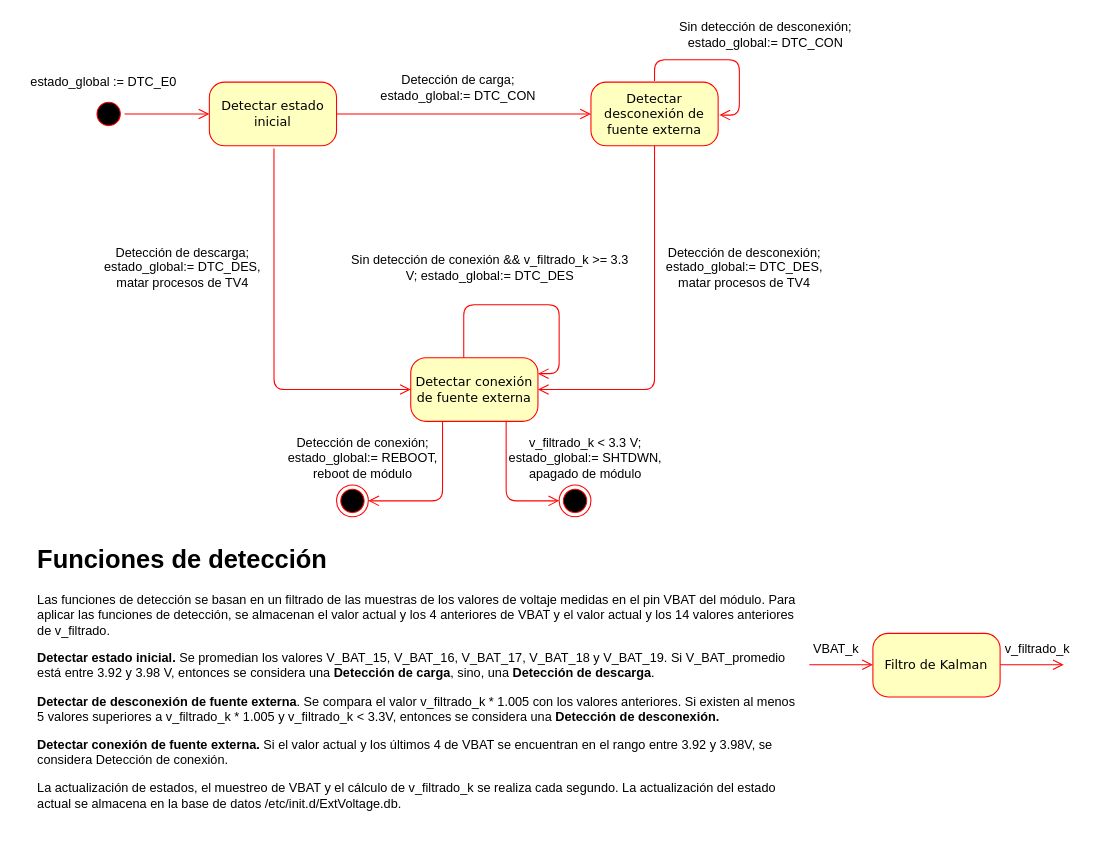
Above: TurnOffModule.drawio in CesarRodriguez14/Tag_Vehiculo_4_0_Diagramas (draw.io), before the change. Source tidied: cells renumbered, new cells numbered last; positions are measured from the earlier drawing's top-left corner, leaving out a move shared by most shapes. Both pictures are drawn from the tidied source at 106%, with x=0, y=0 at pixel (18, 18).
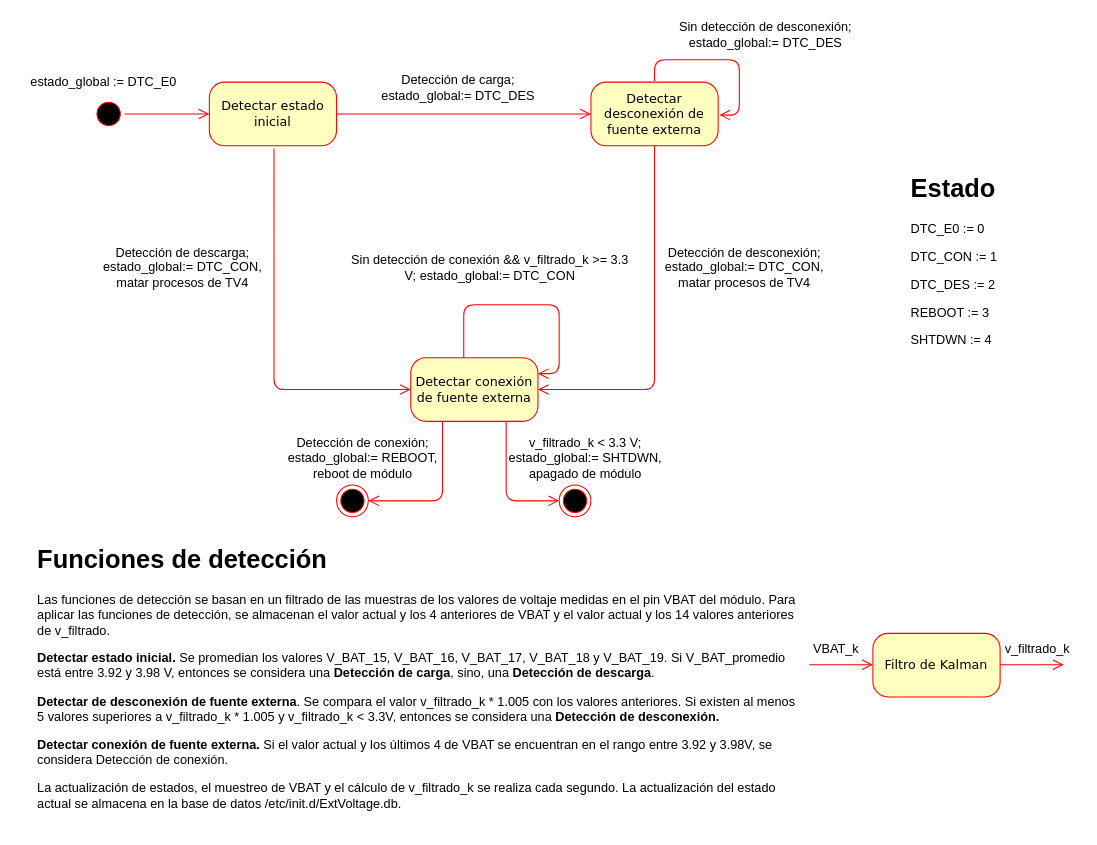
The same page after the edit.

What changed in the source:
```diff
@@
-    <mxCell id="11" value="Detección de carga; estado_global:= DTC_CON" style="text;html=1;align=center;verticalAlign=middle;whiteSpace=wrap;rounded=0;" parent="1" vertex="1">
+    <mxCell id="11" value="Detección de carga; estado_global:= DTC_DES" style="text;html=1;align=center;verticalAlign=middle;whiteSpace=wrap;rounded=0;" parent="1" vertex="1">
       <mxGeometry x="330" y="50" width="170" height="30" as="geometry" />
     </mxCell>
-    <mxCell id="12" value="Sin detección de desconexión; estado_global:= DTC_CON" style="text;html=1;align=center;verticalAlign=middle;whiteSpace=wrap;rounded=0;" parent="1" vertex="1">
+    <mxCell id="12" value="Sin detección de desconexión; estado_global:= DTC_DES" style="text;html=1;align=center;verticalAlign=middle;whiteSpace=wrap;rounded=0;" parent="1" vertex="1">
       <mxGeometry x="620" width="170" height="30" as="geometry" />
     </mxCell>
@@
-    <mxCell id="14" value="Detección de descarga; estado_global:= DTC_DES,&lt;div&gt;matar procesos de TV4&lt;/div&gt;" style="text;html=1;align=center;verticalAlign=middle;whiteSpace=wrap;rounded=0;" parent="1" vertex="1">
+    <mxCell id="14" value="Detección de descarga; estado_global:= DTC_CON,&lt;div&gt;matar procesos de TV4&lt;/div&gt;" style="text;html=1;align=center;verticalAlign=middle;whiteSpace=wrap;rounded=0;" parent="1" vertex="1">
       <mxGeometry x="70" y="210" width="170" height="50" as="geometry" />
     </mxCell>
@@
-    <mxCell id="16" value="Detección de desconexión; estado_global:= DTC_DES,&lt;div&gt;matar procesos de TV4&lt;/div&gt;" style="text;html=1;align=center;verticalAlign=middle;whiteSpace=wrap;rounded=0;" parent="1" vertex="1">
+    <mxCell id="16" value="Detección de desconexión; estado_global:= DTC_CON,&lt;div&gt;matar procesos de TV4&lt;/div&gt;" style="text;html=1;align=center;verticalAlign=middle;whiteSpace=wrap;rounded=0;" parent="1" vertex="1">
       <mxGeometry x="600" y="210" width="170" height="50" as="geometry" />
     </mxCell>
@@
-    <mxCell id="18" value="Sin detección de conexión &amp;amp;&amp;amp; v_filtrado_k &amp;gt;= 3.3 V; estado_global:= DTC_DES" style="text;html=1;align=center;verticalAlign=middle;whiteSpace=wrap;rounded=0;" parent="1" vertex="1">
+    <mxCell id="18" value="Sin detección de conexión &amp;amp;&amp;amp; v_filtrado_k &amp;gt;= 3.3 V; estado_global:= DTC_CON" style="text;html=1;align=center;verticalAlign=middle;whiteSpace=wrap;rounded=0;" parent="1" vertex="1">
       <mxGeometry x="310" y="210" width="270" height="50" as="geometry" />
     </mxCell>
@@
+    <mxCell id="30" value="&lt;h1 style=&quot;margin-top: 0px;&quot;&gt;Estado&lt;/h1&gt;&lt;p&gt;DTC_E0 := 0&lt;/p&gt;&lt;p&gt;DTC_CON := 1&lt;/p&gt;&lt;p&gt;DTC_DES := 2&lt;/p&gt;&lt;p&gt;REBOOT := 3&lt;/p&gt;&lt;p&gt;SHTDWN := 4&lt;/p&gt;" style="text;html=1;whiteSpace=wrap;overflow=hidden;rounded=0;" parent="1" vertex="1">
+      <mxGeometry x="840" y="140" width="110" height="190" as="geometry" />
+    </mxCell>
```
